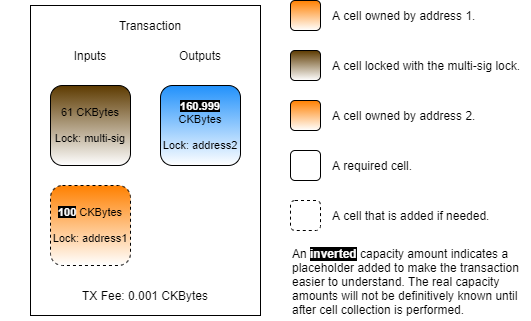
The draw.io diagram .gitbook/assets/transaction-structure (4).png in jordanmack/developer-training-course-documentation, before a commit. Source tidied: cells renumbered, new cells last; positions are measured from the earlier drawing's top-left corner, leaving out a move shared by most shapes.
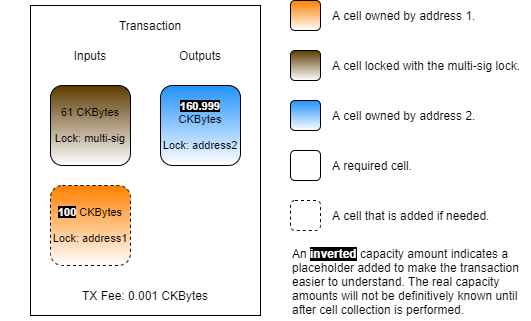
Above is the later version.

Commit message:
GitBook: [master] no pages and one asset modified

The edit, as a diff of the source:
```diff
@@ -53,7 +53,7 @@
     <mxCell id="18" value="An&amp;nbsp;&lt;b&gt;&lt;font color=&quot;#ffffff&quot; style=&quot;background-color: rgb(0 , 0 , 0)&quot;&gt;inverted&lt;/font&gt;&lt;font color=&quot;#7f00ff&quot;&gt;&amp;nbsp;&lt;/font&gt;&lt;/b&gt;capacity amount indicates a placeholder added to make the transaction easier to understand. The real capacity amounts will not be definitively known until after cell collection is performed." style="text;html=1;strokeColor=none;fillColor=none;align=left;verticalAlign=top;whiteSpace=wrap;rounded=0;dashed=1;" parent="1" vertex="1">
       <mxGeometry x="290" y="240" width="240" height="80" as="geometry" />
     </mxCell>
-    <mxCell id="19" style="rounded=1;whiteSpace=wrap;html=1;gradientColor=#ffffff;fillColor=#FF8000;" parent="1" vertex="1">
+    <mxCell id="19" style="rounded=1;whiteSpace=wrap;html=1;gradientColor=#ffffff;fillColor=#2191FB;" parent="1" vertex="1">
       <mxGeometry x="290" y="100" width="30" height="30" as="geometry" />
     </mxCell>
     <mxCell id="20" value="A cell owned by address 2." style="text;html=1;strokeColor=none;fillColor=none;align=left;verticalAlign=middle;whiteSpace=wrap;rounded=0;dashed=1;" parent="1" vertex="1">
```
